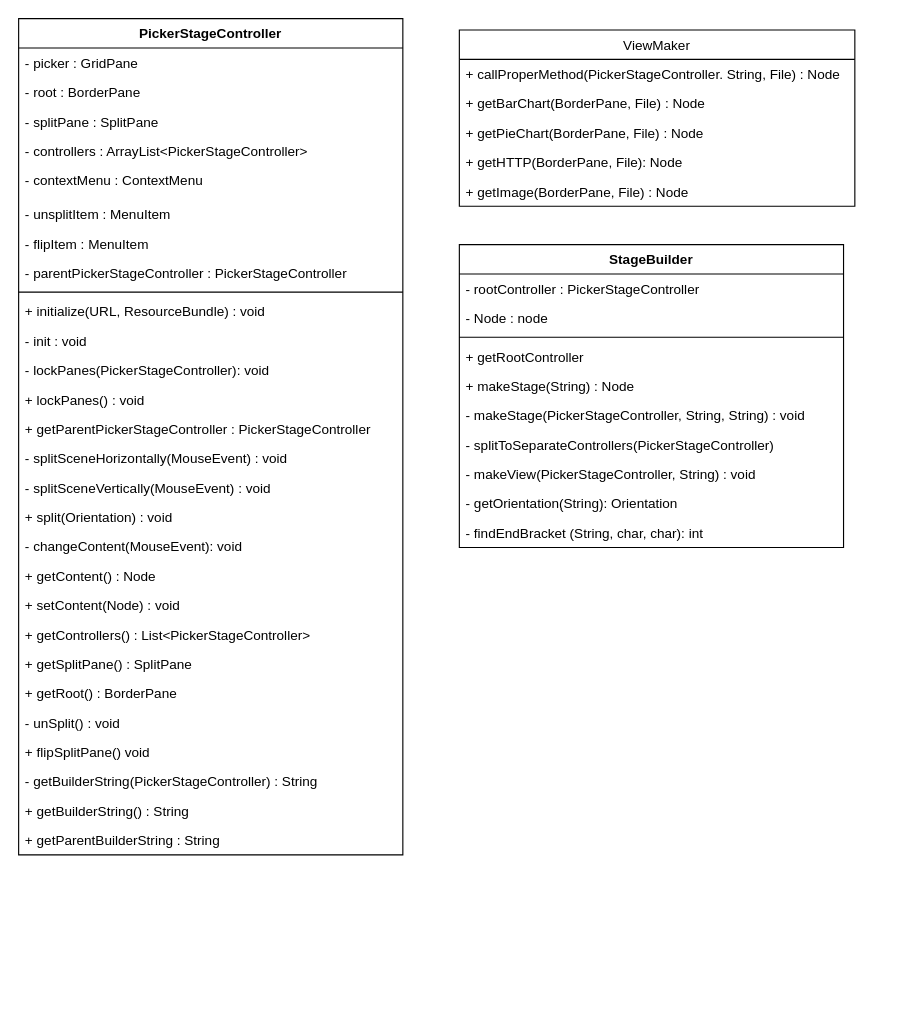
Eperty123/ArlaEksamen keeps this draw.io diagram as page "UML" (1 of 5) of UML/PickerStageUML.drawio. Above is the earlier version. Source tidied: cells renumbered, new cells numbered last; positions are measured from the earlier drawing's top-left corner, leaving out a move shared by most shapes. Both pictures are drawn from the tidied source at 113%, with x=0, y=0 at pixel (18, 18).
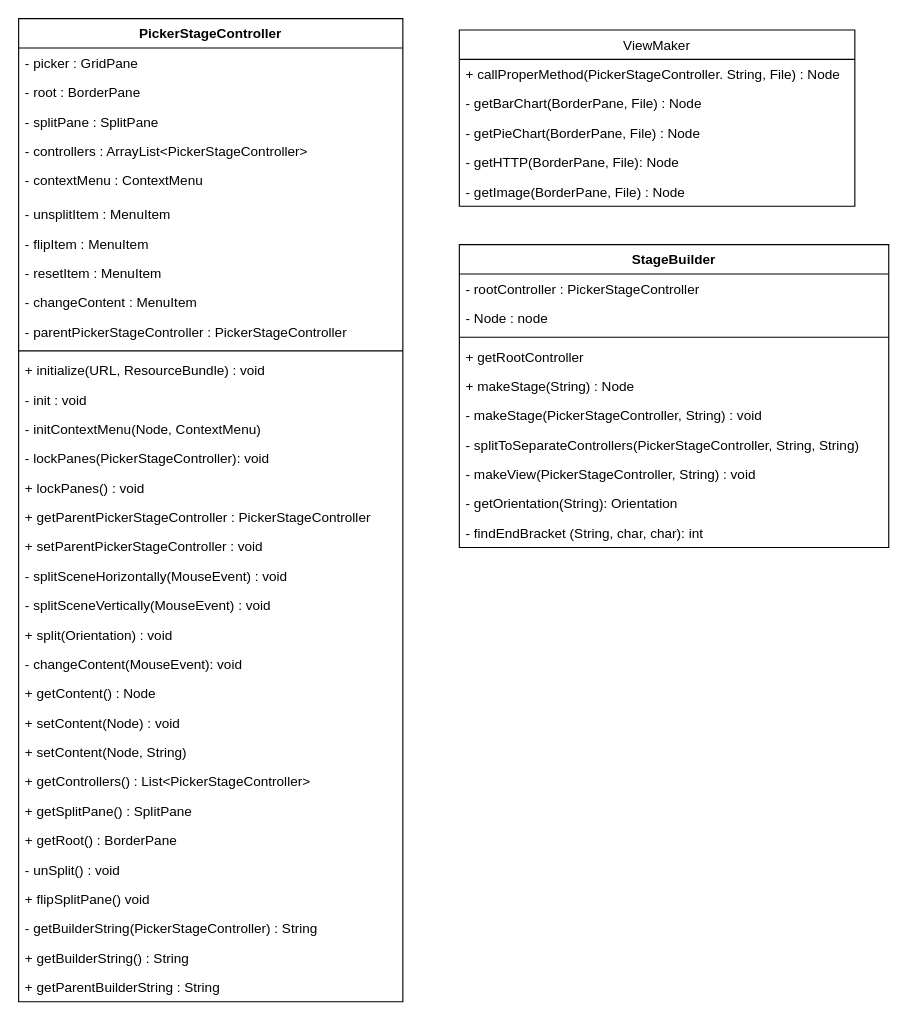
After the change.

The change refers to these unchanged cells:
```xml
<mxCell id="31" value="ViewMaker" style="swimlane;fontStyle=0;horizontal=1;startSize=26;fillColor=none;" parent="1" vertex="1">
  <mxGeometry x="390" y="10" width="350" height="156" as="geometry" />
</mxCell>
```

Change to the diagram source:
```diff
@@
     <mxCell id="2" value="PickerStageController" style="swimlane;fontStyle=1;align=center;verticalAlign=top;horizontal=1;startSize=26;" parent="1" vertex="1">
-      <mxGeometry width="340" height="740" as="geometry" />
+      <mxGeometry width="340" height="870" as="geometry" />
     </mxCell>
@@
+    <mxCell id="48" value="- resetItem : MenuItem" style="text;strokeColor=none;fillColor=none;align=left;verticalAlign=top;spacingLeft=4;spacingRight=4;overflow=hidden;" parent="2" vertex="1">
+      <mxGeometry y="212" width="340" height="26" as="geometry" />
+    </mxCell>
+    <mxCell id="49" value="- changeContent : MenuItem" style="text;strokeColor=none;fillColor=none;align=left;verticalAlign=top;spacingLeft=4;spacingRight=4;overflow=hidden;" parent="2" vertex="1">
+      <mxGeometry y="238" width="340" height="26" as="geometry" />
+    </mxCell>
     <mxCell id="10" value="- parentPickerStageController : PickerStageController" style="text;strokeColor=none;fillColor=none;align=left;verticalAlign=top;spacingLeft=4;spacingRight=4;overflow=hidden;" parent="2" vertex="1">
-      <mxGeometry y="212" width="340" height="26" as="geometry" />
+      <mxGeometry y="264" width="340" height="26" as="geometry" />
     </mxCell>
     <mxCell id="11" style="line;strokeWidth=1;fillColor=none;align=left;verticalAlign=middle;spacingTop=-1;spacingLeft=3;spacingRight=3;labelPosition=right;" parent="2" vertex="1">
-      <mxGeometry y="238" width="340" height="8" as="geometry" />
+      <mxGeometry y="290" width="340" height="8" as="geometry" />
     </mxCell>
     <mxCell id="12" value="+ initialize(URL, ResourceBundle) : void" style="text;strokeColor=none;fillColor=none;align=left;verticalAlign=top;spacingLeft=4;spacingRight=4;overflow=hidden;" parent="2" vertex="1">
-      <mxGeometry y="246" width="340" height="26" as="geometry" />
+      <mxGeometry y="298" width="340" height="26" as="geometry" />
     </mxCell>
     <mxCell id="13" value="- init : void" style="text;strokeColor=none;fillColor=none;align=left;verticalAlign=top;spacingLeft=4;spacingRight=4;overflow=hidden;" parent="2" vertex="1">
-      <mxGeometry y="272" width="340" height="26" as="geometry" />
+      <mxGeometry y="324" width="340" height="26" as="geometry" />
     </mxCell>
+    <mxCell id="50" value="- initContextMenu(Node, ContextMenu)" style="text;strokeColor=none;fillColor=none;align=left;verticalAlign=top;spacingLeft=4;spacingRight=4;overflow=hidden;" parent="2" vertex="1">
+      <mxGeometry y="350" width="340" height="26" as="geometry" />
+    </mxCell>
     <mxCell id="14" value="- lockPanes(PickerStageController): void" style="text;strokeColor=none;fillColor=none;align=left;verticalAlign=top;spacingLeft=4;spacingRight=4;overflow=hidden;" parent="2" vertex="1">
-      <mxGeometry y="298" width="340" height="26" as="geometry" />
+      <mxGeometry y="376" width="340" height="26" as="geometry" />
     </mxCell>
     <mxCell id="15" value="+ lockPanes() : void" style="text;strokeColor=none;fillColor=none;align=left;verticalAlign=top;spacingLeft=4;spacingRight=4;overflow=hidden;" parent="2" vertex="1">
-      <mxGeometry y="324" width="340" height="26" as="geometry" />
+      <mxGeometry y="402" width="340" height="26" as="geometry" />
     </mxCell>
     <mxCell id="16" value="+ getParentPickerStageController : PickerStageController" style="text;strokeColor=none;fillColor=none;align=left;verticalAlign=top;spacingLeft=4;spacingRight=4;overflow=hidden;" parent="2" vertex="1">
-      <mxGeometry y="350" width="340" height="26" as="geometry" />
+      <mxGeometry y="428" width="340" height="26" as="geometry" />
     </mxCell>
+    <mxCell id="51" value="+ setParentPickerStageController : void" style="text;strokeColor=none;fillColor=none;align=left;verticalAlign=top;spacingLeft=4;spacingRight=4;overflow=hidden;" parent="2" vertex="1">
+      <mxGeometry y="454" width="340" height="26" as="geometry" />
+    </mxCell>
     <mxCell id="17" value="- splitSceneHorizontally(MouseEvent) : void" style="text;strokeColor=none;fillColor=none;align=left;verticalAlign=top;spacingLeft=4;spacingRight=4;overflow=hidden;" parent="2" vertex="1">
-      <mxGeometry y="376" width="340" height="26" as="geometry" />
+      <mxGeometry y="480" width="340" height="26" as="geometry" />
     </mxCell>
     <mxCell id="18" value="- splitSceneVertically(MouseEvent) : void" style="text;strokeColor=none;fillColor=none;align=left;verticalAlign=top;spacingLeft=4;spacingRight=4;overflow=hidden;" parent="2" vertex="1">
-      <mxGeometry y="402" width="340" height="26" as="geometry" />
+      <mxGeometry y="506" width="340" height="26" as="geometry" />
     </mxCell>
     <mxCell id="19" value="+ split(Orientation) : void" style="text;strokeColor=none;fillColor=none;align=left;verticalAlign=top;spacingLeft=4;spacingRight=4;overflow=hidden;" parent="2" vertex="1">
-      <mxGeometry y="428" width="340" height="26" as="geometry" />
+      <mxGeometry y="532" width="340" height="26" as="geometry" />
     </mxCell>
     <mxCell id="20" value="- changeContent(MouseEvent): void" style="text;strokeColor=none;fillColor=none;align=left;verticalAlign=top;spacingLeft=4;spacingRight=4;overflow=hidden;" parent="2" vertex="1">
-      <mxGeometry y="454" width="340" height="26" as="geometry" />
+      <mxGeometry y="558" width="340" height="26" as="geometry" />
     </mxCell>
     <mxCell id="21" value="+ getContent() : Node" style="text;strokeColor=none;fillColor=none;align=left;verticalAlign=top;spacingLeft=4;spacingRight=4;overflow=hidden;" parent="2" vertex="1">
-      <mxGeometry y="480" width="340" height="26" as="geometry" />
+      <mxGeometry y="584" width="340" height="26" as="geometry" />
     </mxCell>
     <mxCell id="22" value="+ setContent(Node) : void" style="text;strokeColor=none;fillColor=none;align=left;verticalAlign=top;spacingLeft=4;spacingRight=4;overflow=hidden;" parent="2" vertex="1">
-      <mxGeometry y="506" width="340" height="26" as="geometry" />
+      <mxGeometry y="610" width="340" height="26" as="geometry" />
     </mxCell>
+    <mxCell id="52" value="+ setContent(Node, String)" style="text;strokeColor=none;fillColor=none;align=left;verticalAlign=top;spacingLeft=4;spacingRight=4;overflow=hidden;" parent="2" vertex="1">
+      <mxGeometry y="636" width="340" height="26" as="geometry" />
+    </mxCell>
     <mxCell id="23" value="+ getControllers() : List&lt;PickerStageController&gt;" style="text;strokeColor=none;fillColor=none;align=left;verticalAlign=top;spacingLeft=4;spacingRight=4;overflow=hidden;" parent="2" vertex="1">
-      <mxGeometry y="532" width="340" height="26" as="geometry" />
+      <mxGeometry y="662" width="340" height="26" as="geometry" />
     </mxCell>
     <mxCell id="24" value="+ getSplitPane() : SplitPane" style="text;strokeColor=none;fillColor=none;align=left;verticalAlign=top;spacingLeft=4;spacingRight=4;overflow=hidden;" parent="2" vertex="1">
-      <mxGeometry y="558" width="340" height="26" as="geometry" />
+      <mxGeometry y="688" width="340" height="26" as="geometry" />
     </mxCell>
     <mxCell id="25" value="+ getRoot() : BorderPane" style="text;strokeColor=none;fillColor=none;align=left;verticalAlign=top;spacingLeft=4;spacingRight=4;overflow=hidden;" parent="2" vertex="1">
-      <mxGeometry y="584" width="340" height="26" as="geometry" />
+      <mxGeometry y="714" width="340" height="26" as="geometry" />
     </mxCell>
     <mxCell id="26" value="- unSplit() : void" style="text;strokeColor=none;fillColor=none;align=left;verticalAlign=top;spacingLeft=4;spacingRight=4;overflow=hidden;" parent="2" vertex="1">
-      <mxGeometry y="610" width="340" height="26" as="geometry" />
+      <mxGeometry y="740" width="340" height="26" as="geometry" />
     </mxCell>
     <mxCell id="27" value="+ flipSplitPane() void" style="text;strokeColor=none;fillColor=none;align=left;verticalAlign=top;spacingLeft=4;spacingRight=4;overflow=hidden;" parent="2" vertex="1">
-      <mxGeometry y="636" width="340" height="26" as="geometry" />
+      <mxGeometry y="766" width="340" height="26" as="geometry" />
     </mxCell>
     <mxCell id="28" value="- getBuilderString(PickerStageController) : String" style="text;strokeColor=none;fillColor=none;align=left;verticalAlign=top;spacingLeft=4;spacingRight=4;overflow=hidden;" parent="2" vertex="1">
-      <mxGeometry y="662" width="340" height="26" as="geometry" />
+      <mxGeometry y="792" width="340" height="26" as="geometry" />
     </mxCell>
     <mxCell id="29" value="+ getBuilderString() : String" style="text;strokeColor=none;fillColor=none;align=left;verticalAlign=top;spacingLeft=4;spacingRight=4;overflow=hidden;" parent="2" vertex="1">
-      <mxGeometry y="688" width="340" height="26" as="geometry" />
+      <mxGeometry y="818" width="340" height="26" as="geometry" />
     </mxCell>
     <mxCell id="30" value="+ getParentBuilderString : String" style="text;strokeColor=none;fillColor=none;align=left;verticalAlign=top;spacingLeft=4;spacingRight=4;overflow=hidden;" parent="2" vertex="1">
-      <mxGeometry y="714" width="340" height="26" as="geometry" />
+      <mxGeometry y="844" width="340" height="26" as="geometry" />
     </mxCell>
@@
-    <mxCell id="33" value="+ getBarChart(BorderPane, File) : Node" style="text;strokeColor=none;fillColor=none;align=left;verticalAlign=top;spacingLeft=4;spacingRight=4;overflow=hidden;" parent="31" vertex="1">
+    <mxCell id="33" value="- getBarChart(BorderPane, File) : Node" style="text;strokeColor=none;fillColor=none;align=left;verticalAlign=top;spacingLeft=4;spacingRight=4;overflow=hidden;" parent="31" vertex="1">
       <mxGeometry y="52" width="350" height="26" as="geometry" />
     </mxCell>
-    <mxCell id="34" value="+ getPieChart(BorderPane, File) : Node" style="text;strokeColor=none;fillColor=none;align=left;verticalAlign=top;spacingLeft=4;spacingRight=4;overflow=hidden;" parent="31" vertex="1">
+    <mxCell id="34" value="- getPieChart(BorderPane, File) : Node" style="text;strokeColor=none;fillColor=none;align=left;verticalAlign=top;spacingLeft=4;spacingRight=4;overflow=hidden;" parent="31" vertex="1">
       <mxGeometry y="78" width="350" height="26" as="geometry" />
     </mxCell>
-    <mxCell id="35" value="+ getHTTP(BorderPane, File): Node" style="text;strokeColor=none;fillColor=none;align=left;verticalAlign=top;spacingLeft=4;spacingRight=4;overflow=hidden;" parent="31" vertex="1">
+    <mxCell id="35" value="- getHTTP(BorderPane, File): Node" style="text;strokeColor=none;fillColor=none;align=left;verticalAlign=top;spacingLeft=4;spacingRight=4;overflow=hidden;" parent="31" vertex="1">
       <mxGeometry y="104" width="350" height="26" as="geometry" />
     </mxCell>
-    <mxCell id="36" value="+ getImage(BorderPane, File) : Node" style="text;strokeColor=none;fillColor=none;align=left;verticalAlign=top;spacingLeft=4;spacingRight=4;overflow=hidden;" parent="31" vertex="1">
+    <mxCell id="36" value="- getImage(BorderPane, File) : Node" style="text;strokeColor=none;fillColor=none;align=left;verticalAlign=top;spacingLeft=4;spacingRight=4;overflow=hidden;" parent="31" vertex="1">
       <mxGeometry y="130" width="350" height="26" as="geometry" />
     </mxCell>
     <mxCell id="37" value="StageBuilder" style="swimlane;fontStyle=1;align=center;verticalAlign=top;horizontal=1;startSize=26;" parent="1" vertex="1">
-      <mxGeometry x="390" y="200" width="340" height="268" as="geometry" />
+      <mxGeometry x="390" y="200" width="380" height="268" as="geometry" />
     </mxCell>
     <mxCell id="38" value="- rootController : PickerStageController" style="text;strokeColor=none;fillColor=none;align=left;verticalAlign=top;spacingLeft=4;spacingRight=4;overflow=hidden;" parent="37" vertex="1">
-      <mxGeometry y="26" width="340" height="26" as="geometry" />
+      <mxGeometry y="26" width="380" height="26" as="geometry" />
     </mxCell>
     <mxCell id="39" value="- Node : node" style="text;strokeColor=none;fillColor=none;align=left;verticalAlign=top;spacingLeft=4;spacingRight=4;overflow=hidden;" parent="37" vertex="1">
-      <mxGeometry y="52" width="340" height="26" as="geometry" />
+      <mxGeometry y="52" width="380" height="26" as="geometry" />
     </mxCell>
     <mxCell id="40" style="line;strokeWidth=1;fillColor=none;align=left;verticalAlign=middle;spacingTop=-1;spacingLeft=3;spacingRight=3;labelPosition=right;" parent="37" vertex="1">
-      <mxGeometry y="78" width="340" height="8" as="geometry" />
+      <mxGeometry y="78" width="380" height="8" as="geometry" />
     </mxCell>
     <mxCell id="41" value="+ getRootController" style="text;strokeColor=none;fillColor=none;align=left;verticalAlign=top;spacingLeft=4;spacingRight=4;overflow=hidden;" parent="37" vertex="1">
-      <mxGeometry y="86" width="340" height="26" as="geometry" />
+      <mxGeometry y="86" width="380" height="26" as="geometry" />
     </mxCell>
     <mxCell id="42" value="+ makeStage(String) : Node" style="text;strokeColor=none;fillColor=none;align=left;verticalAlign=top;spacingLeft=4;spacingRight=4;overflow=hidden;" parent="37" vertex="1">
-      <mxGeometry y="112" width="340" height="26" as="geometry" />
+      <mxGeometry y="112" width="380" height="26" as="geometry" />
     </mxCell>
-    <mxCell id="43" value="- makeStage(PickerStageController, String, String) : void" style="text;strokeColor=none;fillColor=none;align=left;verticalAlign=top;spacingLeft=4;spacingRight=4;overflow=hidden;" parent="37" vertex="1">
-      <mxGeometry y="138" width="340" height="26" as="geometry" />
+    <mxCell id="43" value="- makeStage(PickerStageController, String) : void" style="text;strokeColor=none;fillColor=none;align=left;verticalAlign=top;spacingLeft=4;spacingRight=4;overflow=hidden;" parent="37" vertex="1">
+      <mxGeometry y="138" width="380" height="26" as="geometry" />
     </mxCell>
-    <mxCell id="44" value="- splitToSeparateControllers(PickerStageController)" style="text;strokeColor=none;fillColor=none;align=left;verticalAlign=top;spacingLeft=4;spacingRight=4;overflow=hidden;" parent="37" vertex="1">
-      <mxGeometry y="164" width="340" height="26" as="geometry" />
+    <mxCell id="44" value="- splitToSeparateControllers(PickerStageController, String, String)" style="text;strokeColor=none;fillColor=none;align=left;verticalAlign=top;spacingLeft=4;spacingRight=4;overflow=hidden;" parent="37" vertex="1">
+      <mxGeometry y="164" width="380" height="26" as="geometry" />
     </mxCell>
     <mxCell id="45" value="- makeView(PickerStageController, String) : void" style="text;strokeColor=none;fillColor=none;align=left;verticalAlign=top;spacingLeft=4;spacingRight=4;overflow=hidden;" parent="37" vertex="1">
-      <mxGeometry y="190" width="340" height="26" as="geometry" />
+      <mxGeometry y="190" width="380" height="26" as="geometry" />
     </mxCell>
     <mxCell id="46" value="- getOrientation(String): Orientation" style="text;strokeColor=none;fillColor=none;align=left;verticalAlign=top;spacingLeft=4;spacingRight=4;overflow=hidden;" parent="37" vertex="1">
-      <mxGeometry y="216" width="340" height="26" as="geometry" />
+      <mxGeometry y="216" width="380" height="26" as="geometry" />
     </mxCell>
     <mxCell id="47" value="- findEndBracket (String, char, char): int" style="text;strokeColor=none;fillColor=none;align=left;verticalAlign=top;spacingLeft=4;spacingRight=4;overflow=hidden;" parent="37" vertex="1">
-      <mxGeometry y="242" width="340" height="26" as="geometry" />
+      <mxGeometry y="242" width="380" height="26" as="geometry" />
     </mxCell>
```
